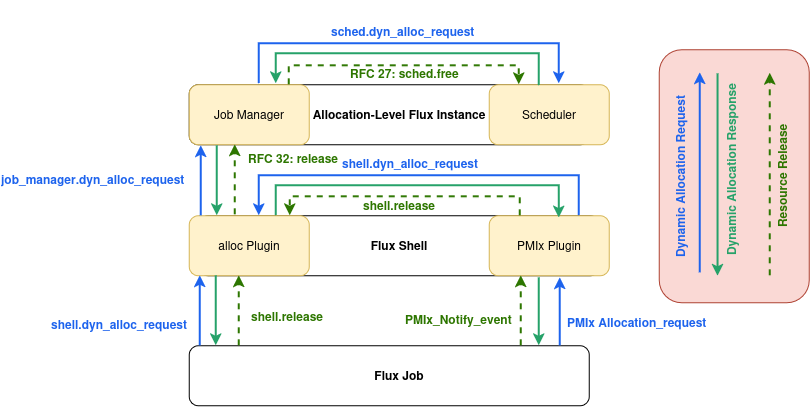
Earlier version of the draw.io export images/dyn_alloc.png (flux-framework/rfc). Source tidied: cells renumbered, new cells last; positions are measured from the earlier drawing's top-left corner, leaving out a move shared by most shapes.
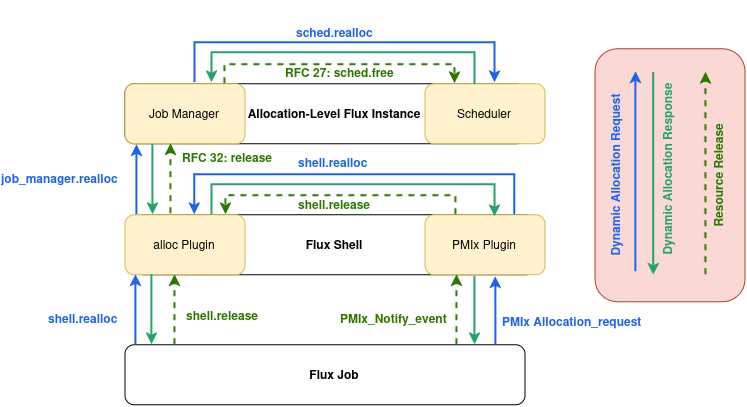
After the commit.

Commit message:
Restrict RFC to job manager <-> scheduler extension

Problem: The previous version also contained RPCs for jobs, shell, ..

The RFC now focuses on job manager <-> scheduler RPCs.

Change to the diagram source:
```diff
@@ -20,8 +20,8 @@
     <mxCell id="7" value="&lt;b&gt;PMIx Allocation_request&lt;/b&gt;" style="text;whiteSpace=wrap;html=1;fontColor=light-dark(#1D63ED,#EDEDED);" parent="1" vertex="1">
       <mxGeometry x="566" y="291" width="160" height="40" as="geometry" />
     </mxCell>
-    <mxCell id="8" value="&lt;b&gt;shell.dyn_alloc_request&lt;/b&gt;" style="text;whiteSpace=wrap;html=1;fontColor=light-dark(#1D63ED,#EDEDED);" parent="1" vertex="1">
-      <mxGeometry x="341" y="132" width="180" height="40" as="geometry" />
+    <mxCell id="8" value="&lt;b&gt;shell.realloc&lt;/b&gt;" style="text;whiteSpace=wrap;html=1;fontColor=light-dark(#1D63ED,#EDEDED);" parent="1" vertex="1">
+      <mxGeometry x="362" y="132" width="180" height="40" as="geometry" />
     </mxCell>
     <mxCell id="9" value="PMIx Plugin" style="rounded=1;whiteSpace=wrap;html=1;fillColor=#fff2cc;strokeColor=#d6b656;" parent="1" vertex="1">
       <mxGeometry x="490" y="198" width="120" height="60" as="geometry" />
@@ -49,8 +49,8 @@
         </Array>
       </mxGeometry>
     </mxCell>
-    <mxCell id="15" value="&lt;b&gt;job_manager.dyn_alloc_request&lt;/b&gt;" style="text;whiteSpace=wrap;html=1;fontColor=light-dark(#1D63ED,#EDEDED);" parent="1" vertex="1">
-      <mxGeometry y="148" width="240" height="40" as="geometry" />
+    <mxCell id="15" value="&lt;b&gt;job_manager.realloc&lt;/b&gt;" style="text;whiteSpace=wrap;html=1;fontColor=light-dark(#1D63ED,#EDEDED);" parent="1" vertex="1">
+      <mxGeometry x="65" y="148" width="240" height="40" as="geometry" />
     </mxCell>
     <mxCell id="16" style="endArrow=classic;html=1;rounded=0;exitX=0.875;exitY=0;exitDx=0;exitDy=0;exitPerimeter=0;entryX=0.583;entryY=1.033;entryDx=0;entryDy=0;entryPerimeter=0;strokeColor=light-dark(#1d63ed, #ededed);strokeWidth=2;" parent="1" edge="1">
       <mxGeometry relative="1" as="geometry">
@@ -89,8 +89,8 @@
         <mxPoint x="217" y="328" as="targetPoint" />
       </mxGeometry>
     </mxCell>
-    <mxCell id="22" value="&lt;b&gt;shell.dyn_alloc_request&lt;/b&gt;" style="text;whiteSpace=wrap;html=1;fontColor=light-dark(#1D63ED,#EDEDED);" parent="1" vertex="1">
-      <mxGeometry x="50" y="293" width="180" height="40" as="geometry" />
+    <mxCell id="22" value="&lt;b&gt;shell.realloc&lt;/b&gt;" style="text;whiteSpace=wrap;html=1;fontColor=light-dark(#1D63ED,#EDEDED);" parent="1" vertex="1">
+      <mxGeometry x="112" y="288" width="180" height="40" as="geometry" />
     </mxCell>
     <mxCell id="23" style="endArrow=classic;html=1;rounded=0;strokeColor=#26A269;strokeWidth=2;" parent="1" edge="1">
       <mxGeometry relative="1" as="geometry">
@@ -98,8 +98,8 @@
         <mxPoint x="718.8" y="258.5" as="targetPoint" />
       </mxGeometry>
     </mxCell>
-    <mxCell id="24" value="&lt;b&gt;sched.dyn_alloc_request&lt;/b&gt;" style="text;whiteSpace=wrap;html=1;fontColor=light-dark(#1D63ED,#EDEDED);" parent="1" vertex="1">
-      <mxGeometry x="330" width="180" height="40" as="geometry" />
+    <mxCell id="24" value="&lt;b&gt;sched.realloc&lt;/b&gt;" style="text;whiteSpace=wrap;html=1;fontColor=light-dark(#1D63ED,#EDEDED);" parent="1" vertex="1">
+      <mxGeometry x="360" y="2" width="180" height="40" as="geometry" />
     </mxCell>
     <mxCell id="25" style="endArrow=classic;html=1;rounded=0;entryX=0.583;entryY=0;entryDx=0;entryDy=0;entryPerimeter=0;strokeColor=light-dark(#1d63ed, #ededed);strokeWidth=2;exitX=0.75;exitY=0;exitDx=0;exitDy=0;" parent="1" edge="1">
       <mxGeometry relative="1" as="geometry">
@@ -190,7 +190,7 @@
       <mxGeometry x="362" y="174" width="180" height="40" as="geometry" />
     </mxCell>
     <mxCell id="39" value="&lt;b&gt;RFC 32: release&lt;/b&gt;" style="text;whiteSpace=wrap;html=1;fontColor=#2D7600;" parent="1" vertex="1">
-      <mxGeometry x="247" y="127" width="180" height="40" as="geometry" />
+      <mxGeometry x="246" y="127" width="180" height="40" as="geometry" />
     </mxCell>
     <mxCell id="40" value="&lt;b&gt;PMIx_Notify_event&lt;/b&gt;" style="text;whiteSpace=wrap;html=1;fontColor=#2D7600;" parent="1" vertex="1">
       <mxGeometry x="404" y="288" width="180" height="40" as="geometry" />
```
